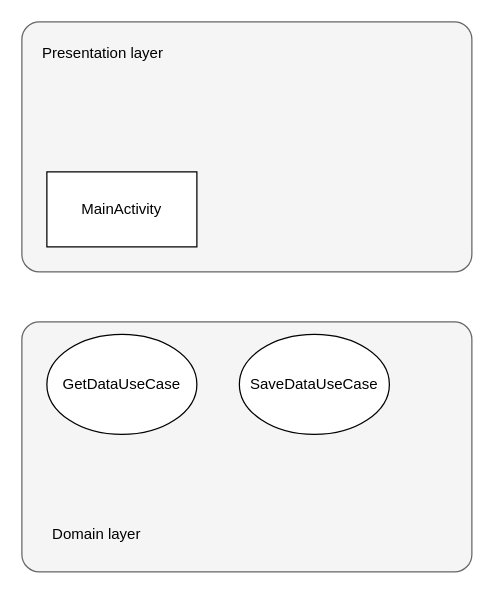
Earlier version of the draw.io diagram architecture diagram.drawio (vlatrof/android-clean-architecture-demo). Source tidied: cells renumbered, new cells numbered last; positions are measured from the earlier drawing's top-left corner, leaving out a move shared by most shapes. Both pictures are drawn from the tidied source at 125%, with x=0, y=0 at pixel (21, 21).
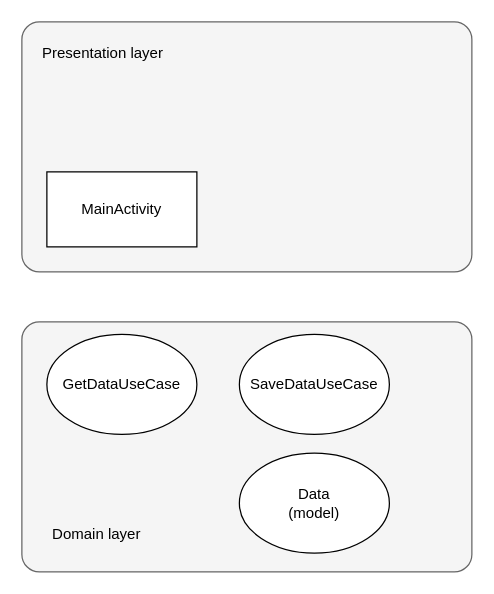
After the change.

What changed in the source:
```diff
@@
 <mxGraphModel>
   <root>
     <mxCell id="0" />
     <mxCell id="1" parent="0" />
     <mxCell id="2" style="group;rounded=1;arcSize=7;fillColor=#f5f5f5;strokeColor=#666666;fontColor=#333333;" parent="1" vertex="1">
       <mxGeometry width="360" height="200" as="geometry" />
     </mxCell>
     <mxCell id="3" value="MainActivity" style="rounded=0;whiteSpace=wrap;html=1;" parent="1" vertex="1">
       <mxGeometry x="20" y="120" width="120" height="60" as="geometry" />
     </mxCell>
     <mxCell id="4" value="Presentation layer&lt;br&gt;" style="text;html=1;strokeColor=none;fillColor=none;align=center;verticalAlign=middle;whiteSpace=wrap;rounded=0;" parent="1" vertex="1">
       <mxGeometry x="10" y="10" width="110" height="30" as="geometry" />
     </mxCell>
     <mxCell id="5" style="group;rounded=1;arcSize=7;fillColor=#f5f5f5;strokeColor=#666666;fontColor=#333333;" parent="1" vertex="1">
       <mxGeometry y="240" width="360" height="200" as="geometry" />
     </mxCell>
     <mxCell id="6" value="Domain layer" style="text;html=1;strokeColor=none;fillColor=none;align=center;verticalAlign=middle;whiteSpace=wrap;rounded=0;" parent="1" vertex="1">
       <mxGeometry x="20" y="395" width="80" height="30" as="geometry" />
     </mxCell>
     <mxCell id="7" value="GetDataUseCase" style="ellipse;whiteSpace=wrap;html=1;rounded=1;fillColor=default;gradientColor=none;" parent="1" vertex="1">
       <mxGeometry x="20" y="250" width="120" height="80" as="geometry" />
     </mxCell>
     <mxCell id="8" value="SaveDataUseCase" style="ellipse;whiteSpace=wrap;html=1;rounded=1;fillColor=default;gradientColor=none;" parent="1" vertex="1">
       <mxGeometry x="174" y="250" width="120" height="80" as="geometry" />
     </mxCell>
+    <mxCell id="9" value="Data&lt;br&gt;(model)" style="ellipse;whiteSpace=wrap;html=1;rounded=1;fillColor=default;gradientColor=none;" parent="1" vertex="1">
+      <mxGeometry x="174" y="345" width="120" height="80" as="geometry" />
+    </mxCell>
   </root>
 </mxGraphModel>
```
